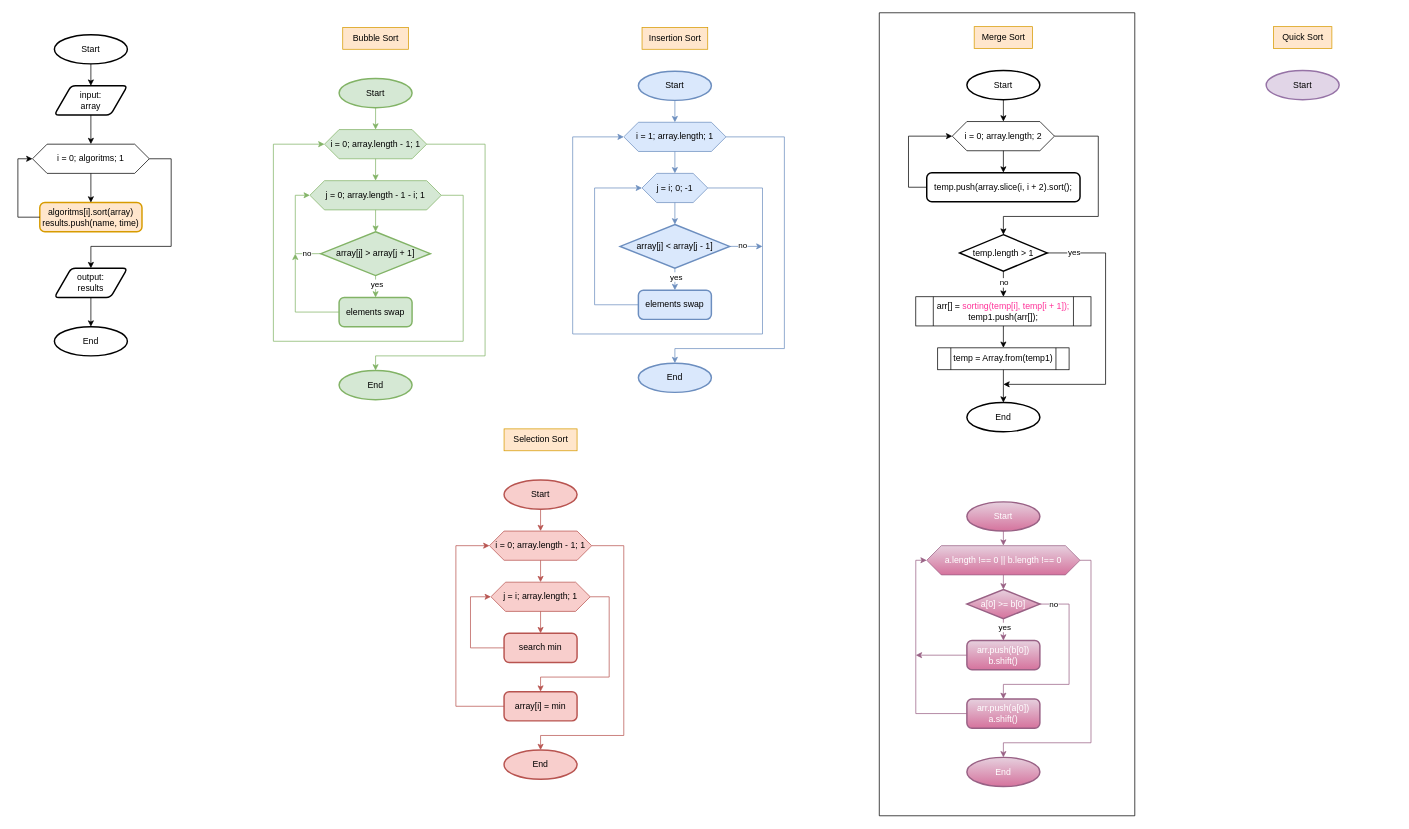
Before: diagrams/algoritms/task6.drawio in Vlas1d/Algorithms, a draw.io diagram. Source tidied: cells renumbered, new cells numbered last; positions are measured from the earlier drawing's top-left corner, leaving out a move shared by most shapes. Both pictures are drawn from the tidied source at 73%, with x=0, y=0 at pixel (18, 12).
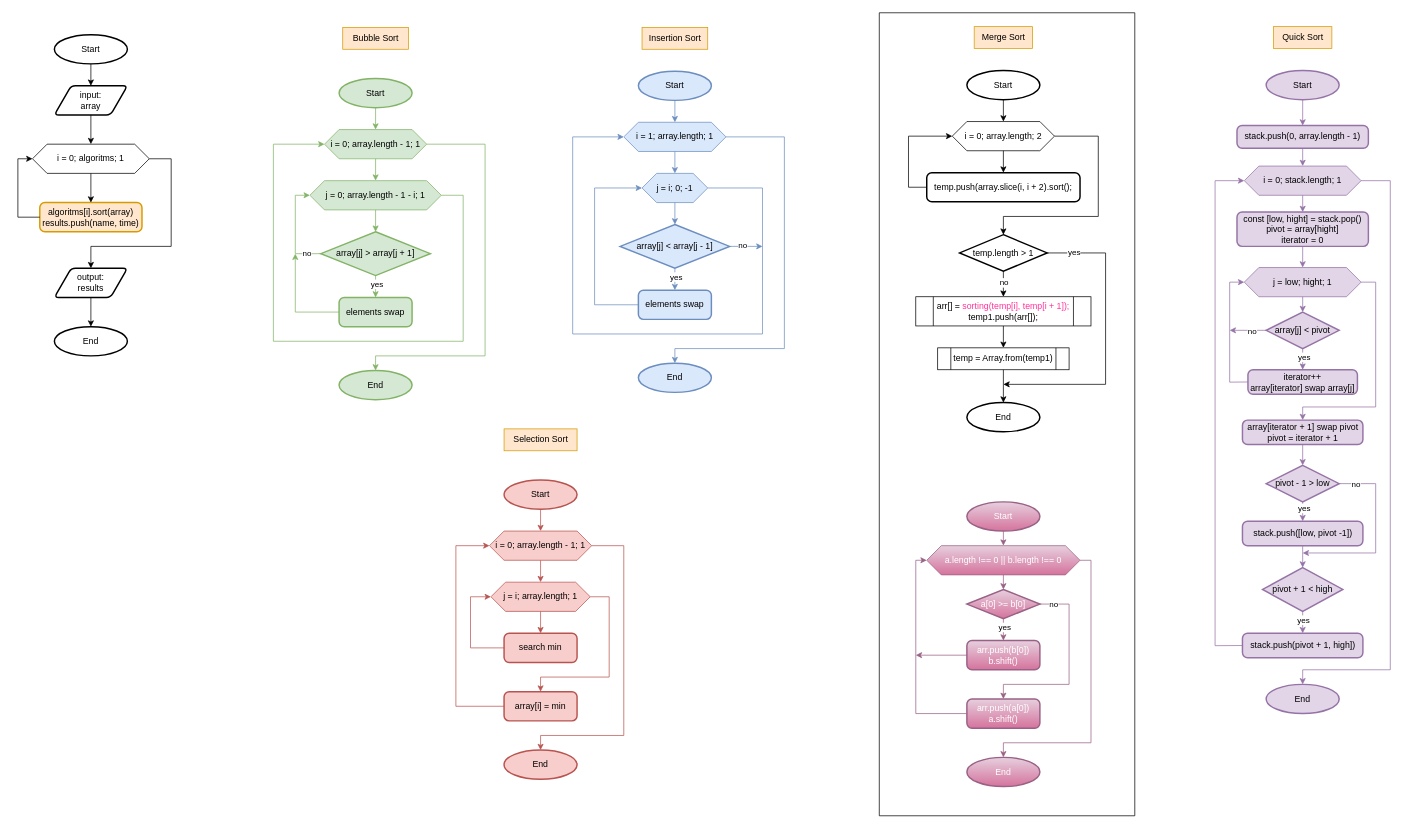
The same page after the edit.

Commit message:
sort diagram (5)

Unchanged cells that the change refers to:
```xml
<mxCell id="101" value="Start" style="strokeWidth=2;html=1;shape=mxgraph.flowchart.start_1;whiteSpace=wrap;fillColor=#e1d5e7;strokeColor=#9673a6;" parent="1" vertex="1">
  <mxGeometry x="1710" y="79" width="100" height="40" as="geometry" />
</mxCell>
```

Change to the diagram source:
```diff
@@
+    <mxCell id="102" value="stack.push(0, array.length - 1)" style="rounded=1;whiteSpace=wrap;html=1;absoluteArcSize=1;arcSize=14;strokeWidth=2;fillColor=#e1d5e7;strokeColor=#9673a6;" parent="1" vertex="1">
+      <mxGeometry x="1670" y="154.5" width="180" height="31" as="geometry" />
+    </mxCell>
+    <mxCell id="103" style="endArrow=classic;html=1;rounded=0;exitX=0.5;exitY=1;exitDx=0;exitDy=0;exitPerimeter=0;entryX=0.5;entryY=0;entryDx=0;entryDy=0;fillColor=#e1d5e7;strokeColor=#9673a6;" parent="1" edge="1" source="101" target="102">
+      <mxGeometry relative="1" as="geometry" />
+    </mxCell>
+    <mxCell id="104" value="i = 0; stack.length; 1" style="shape=hexagon;perimeter=hexagonPerimeter2;whiteSpace=wrap;html=1;fixedSize=1;fillColor=#e1d5e7;strokeColor=#9673a6;" parent="1" vertex="1">
+      <mxGeometry x="1680" y="210" width="160" height="40" as="geometry" />
+    </mxCell>
+    <mxCell id="105" style="endArrow=classic;html=1;rounded=0;exitX=0.5;exitY=1;exitDx=0;exitDy=0;entryX=0.5;entryY=0;entryDx=0;entryDy=0;fillColor=#e1d5e7;strokeColor=#9673a6;" parent="1" edge="1" source="102" target="104">
+      <mxGeometry relative="1" as="geometry" />
+    </mxCell>
+    <mxCell id="106" value="const [low, hight] = stack.pop()&lt;br&gt;pivot = array[hight]&lt;br&gt;iterator = 0" style="rounded=1;whiteSpace=wrap;html=1;absoluteArcSize=1;arcSize=14;strokeWidth=2;fillColor=#e1d5e7;strokeColor=#9673a6;" parent="1" vertex="1">
+      <mxGeometry x="1670" y="273" width="180" height="47" as="geometry" />
+    </mxCell>
+    <mxCell id="107" style="endArrow=classic;html=1;rounded=0;exitX=0.5;exitY=1;exitDx=0;exitDy=0;entryX=0.5;entryY=0;entryDx=0;entryDy=0;fillColor=#e1d5e7;strokeColor=#9673a6;" parent="1" edge="1" source="104" target="106">
+      <mxGeometry relative="1" as="geometry" />
+    </mxCell>
+    <mxCell id="108" value="j = low; hight; 1" style="shape=hexagon;perimeter=hexagonPerimeter2;whiteSpace=wrap;html=1;fixedSize=1;fillColor=#e1d5e7;strokeColor=#9673a6;" parent="1" vertex="1">
+      <mxGeometry x="1680" y="349" width="160" height="40" as="geometry" />
+    </mxCell>
+    <mxCell id="109" style="endArrow=classic;html=1;rounded=0;exitX=0.5;exitY=1;exitDx=0;exitDy=0;entryX=0.5;entryY=0;entryDx=0;entryDy=0;fillColor=#e1d5e7;strokeColor=#9673a6;" parent="1" edge="1" source="106" target="108">
+      <mxGeometry relative="1" as="geometry" />
+    </mxCell>
+    <mxCell id="110" value="array[j] &amp;lt; pivot" style="strokeWidth=2;html=1;shape=mxgraph.flowchart.decision;whiteSpace=wrap;fillColor=#e1d5e7;strokeColor=#9673a6;" parent="1" vertex="1">
+      <mxGeometry x="1710" y="410" width="100" height="50" as="geometry" />
+    </mxCell>
+    <mxCell id="111" style="endArrow=classic;html=1;rounded=0;exitX=0.5;exitY=1;exitDx=0;exitDy=0;entryX=0.5;entryY=0;entryDx=0;entryDy=0;entryPerimeter=0;fillColor=#e1d5e7;strokeColor=#9673a6;" parent="1" edge="1" source="108" target="110">
+      <mxGeometry relative="1" as="geometry" />
+    </mxCell>
+    <mxCell id="112" value="iterator++&lt;br&gt;array[iterator] swap array[j]" style="rounded=1;whiteSpace=wrap;html=1;absoluteArcSize=1;arcSize=14;strokeWidth=2;fillColor=#e1d5e7;strokeColor=#9673a6;" parent="1" vertex="1">
+      <mxGeometry x="1685" y="489" width="150" height="33.5" as="geometry" />
+    </mxCell>
+    <mxCell id="113" style="endArrow=classic;html=1;rounded=0;exitX=0.5;exitY=1;exitDx=0;exitDy=0;exitPerimeter=0;entryX=0.5;entryY=0;entryDx=0;entryDy=0;fillColor=#e1d5e7;strokeColor=#9673a6;" parent="1" edge="1" source="110" target="112">
+      <mxGeometry relative="1" as="geometry" />
+    </mxCell>
+    <mxCell id="114" value="yes" style="edgeLabel;html=1;align=center;verticalAlign=middle;" parent="113" vertex="1">
+      <mxGeometry x="-0.24" y="1" relative="1" as="geometry" />
+    </mxCell>
+    <mxCell id="115" style="endArrow=classic;html=1;rounded=0;exitX=0;exitY=0.5;exitDx=0;exitDy=0;entryX=0;entryY=0.5;entryDx=0;entryDy=0;fillColor=#e1d5e7;strokeColor=#9673a6;" parent="1" edge="1" source="112" target="108">
+      <mxGeometry relative="1" as="geometry">
+        <Array as="points">
+          <mxPoint x="1660" y="506" />
+          <mxPoint x="1660" y="369" />
+        </Array>
+      </mxGeometry>
+    </mxCell>
+    <mxCell id="116" style="endArrow=classic;html=1;rounded=0;exitX=0;exitY=0.5;exitDx=0;exitDy=0;exitPerimeter=0;fillColor=#e1d5e7;strokeColor=#9673a6;" parent="1" edge="1" source="110">
+      <mxGeometry relative="1" as="geometry">
+        <mxPoint x="1660" y="435" as="targetPoint" />
+      </mxGeometry>
+    </mxCell>
+    <mxCell id="117" value="no" style="edgeLabel;html=1;align=center;verticalAlign=middle;" parent="116" vertex="1">
+      <mxGeometry x="-0.22" relative="1" as="geometry" />
+    </mxCell>
+    <mxCell id="118" style="endArrow=classic;html=1;rounded=0;exitX=1;exitY=0.5;exitDx=0;exitDy=0;entryX=0.5;entryY=0;entryDx=0;entryDy=0;fillColor=#e1d5e7;strokeColor=#9673a6;" parent="1" edge="1" source="108" target="119">
+      <mxGeometry relative="1" as="geometry">
+        <Array as="points">
+          <mxPoint x="1860" y="369" />
+          <mxPoint x="1860" y="540" />
+          <mxPoint x="1760" y="540" />
+        </Array>
+      </mxGeometry>
+    </mxCell>
+    <mxCell id="119" value="array[iterator + 1] swap pivot&lt;br&gt;pivot = iterator + 1" style="rounded=1;whiteSpace=wrap;html=1;absoluteArcSize=1;arcSize=14;strokeWidth=2;fillColor=#e1d5e7;strokeColor=#9673a6;" parent="1" vertex="1">
+      <mxGeometry x="1677.5" y="558" width="165" height="33.5" as="geometry" />
+    </mxCell>
+    <mxCell id="120" value="pivot - 1 &amp;gt; low" style="strokeWidth=2;html=1;shape=mxgraph.flowchart.decision;whiteSpace=wrap;fillColor=#e1d5e7;strokeColor=#9673a6;" parent="1" vertex="1">
+      <mxGeometry x="1710" y="620" width="100" height="50" as="geometry" />
+    </mxCell>
+    <mxCell id="121" value="pivot + 1 &amp;lt; high" style="strokeWidth=2;html=1;shape=mxgraph.flowchart.decision;whiteSpace=wrap;fillColor=#e1d5e7;strokeColor=#9673a6;" parent="1" vertex="1">
+      <mxGeometry x="1705" y="760" width="110" height="60" as="geometry" />
+    </mxCell>
+    <mxCell id="122" value="stack.push([low, pivot -1])" style="rounded=1;whiteSpace=wrap;html=1;absoluteArcSize=1;arcSize=14;strokeWidth=2;fillColor=#e1d5e7;strokeColor=#9673a6;" parent="1" vertex="1">
+      <mxGeometry x="1677.5" y="696.5" width="165" height="33.5" as="geometry" />
+    </mxCell>
+    <mxCell id="123" value="stack.push(pivot + 1, high])" style="rounded=1;whiteSpace=wrap;html=1;absoluteArcSize=1;arcSize=14;strokeWidth=2;fillColor=#e1d5e7;strokeColor=#9673a6;" parent="1" vertex="1">
+      <mxGeometry x="1677.5" y="850" width="165" height="33.5" as="geometry" />
+    </mxCell>
+    <mxCell id="124" style="endArrow=classic;html=1;rounded=0;exitX=0.5;exitY=1;exitDx=0;exitDy=0;entryX=0.5;entryY=0;entryDx=0;entryDy=0;entryPerimeter=0;fillColor=#e1d5e7;strokeColor=#9673a6;" parent="1" edge="1" source="119" target="120">
+      <mxGeometry relative="1" as="geometry" />
+    </mxCell>
+    <mxCell id="125" style="endArrow=classic;html=1;rounded=0;exitX=0.5;exitY=1;exitDx=0;exitDy=0;exitPerimeter=0;entryX=0.5;entryY=0;entryDx=0;entryDy=0;fillColor=#e1d5e7;strokeColor=#9673a6;" parent="1" edge="1" source="120" target="122">
+      <mxGeometry relative="1" as="geometry" />
+    </mxCell>
+    <mxCell id="126" value="yes" style="edgeLabel;html=1;align=center;verticalAlign=middle;" parent="125" vertex="1">
+      <mxGeometry x="-0.36" y="1" relative="1" as="geometry" />
+    </mxCell>
+    <mxCell id="127" style="endArrow=classic;html=1;rounded=0;exitX=1;exitY=0.5;exitDx=0;exitDy=0;exitPerimeter=0;fillColor=#e1d5e7;strokeColor=#9673a6;" parent="1" edge="1" source="120">
+      <mxGeometry relative="1" as="geometry">
+        <mxPoint x="1760" y="740" as="targetPoint" />
+        <Array as="points">
+          <mxPoint x="1860" y="645" />
+          <mxPoint x="1860" y="740" />
+        </Array>
+      </mxGeometry>
+    </mxCell>
+    <mxCell id="128" value="no" style="edgeLabel;html=1;align=center;verticalAlign=middle;" parent="127" vertex="1">
+      <mxGeometry x="-0.82" relative="1" as="geometry" />
+    </mxCell>
+    <mxCell id="129" style="endArrow=classic;html=1;rounded=0;exitX=0.5;exitY=1;exitDx=0;exitDy=0;entryX=0.5;entryY=0;entryDx=0;entryDy=0;entryPerimeter=0;fillColor=#e1d5e7;strokeColor=#9673a6;" parent="1" edge="1" source="122" target="121">
+      <mxGeometry relative="1" as="geometry" />
+    </mxCell>
+    <mxCell id="130" style="endArrow=classic;html=1;rounded=0;exitX=0.5;exitY=1;exitDx=0;exitDy=0;exitPerimeter=0;fillColor=#e1d5e7;strokeColor=#9673a6;" parent="1" edge="1" source="121">
+      <mxGeometry relative="1" as="geometry">
+        <mxPoint x="1760" y="850" as="targetPoint" />
+      </mxGeometry>
+    </mxCell>
+    <mxCell id="131" value="yes" style="edgeLabel;html=1;align=center;verticalAlign=middle;" parent="130" vertex="1">
+      <mxGeometry x="-0.25" relative="1" as="geometry" />
+    </mxCell>
+    <mxCell id="132" style="endArrow=classic;html=1;rounded=0;exitX=0;exitY=0.5;exitDx=0;exitDy=0;entryX=0;entryY=0.5;entryDx=0;entryDy=0;fillColor=#e1d5e7;strokeColor=#9673a6;" parent="1" edge="1" source="123" target="104">
+      <mxGeometry relative="1" as="geometry">
+        <Array as="points">
+          <mxPoint x="1640" y="867" />
+          <mxPoint x="1640" y="230" />
+        </Array>
+      </mxGeometry>
+    </mxCell>
+    <mxCell id="133" style="endArrow=classic;html=1;rounded=0;exitX=1;exitY=0.5;exitDx=0;exitDy=0;entryX=0.5;entryY=0;entryDx=0;entryDy=0;entryPerimeter=0;fillColor=#e1d5e7;strokeColor=#9673a6;" parent="1" edge="1" source="104" target="134">
+      <mxGeometry relative="1" as="geometry">
+        <Array as="points">
+          <mxPoint x="1880" y="230" />
+          <mxPoint x="1880" y="900" />
+          <mxPoint x="1760" y="900" />
+        </Array>
+      </mxGeometry>
+    </mxCell>
+    <mxCell id="134" value="End" style="strokeWidth=2;html=1;shape=mxgraph.flowchart.start_1;whiteSpace=wrap;fillColor=#e1d5e7;strokeColor=#9673a6;" parent="1" vertex="1">
+      <mxGeometry x="1710" y="920" width="100" height="40" as="geometry" />
+    </mxCell>
```
